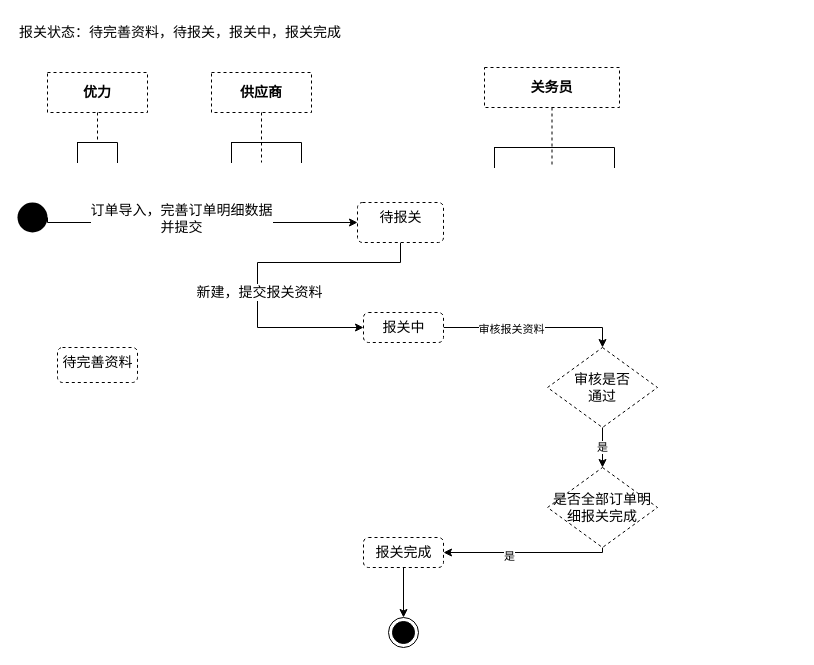
Above: page "订单报关状态图-简化" (3 of 8) of wbooking docs/进区预约系统.drawio in sxc-one/e-conitl (draw.io), before the change. Source tidied: cells renumbered, new cells numbered last; positions are measured from the earlier drawing's top-left corner, leaving out a move shared by most shapes. Both pictures are drawn from the tidied source at 100%, with x=0, y=0 at pixel (17, 17).
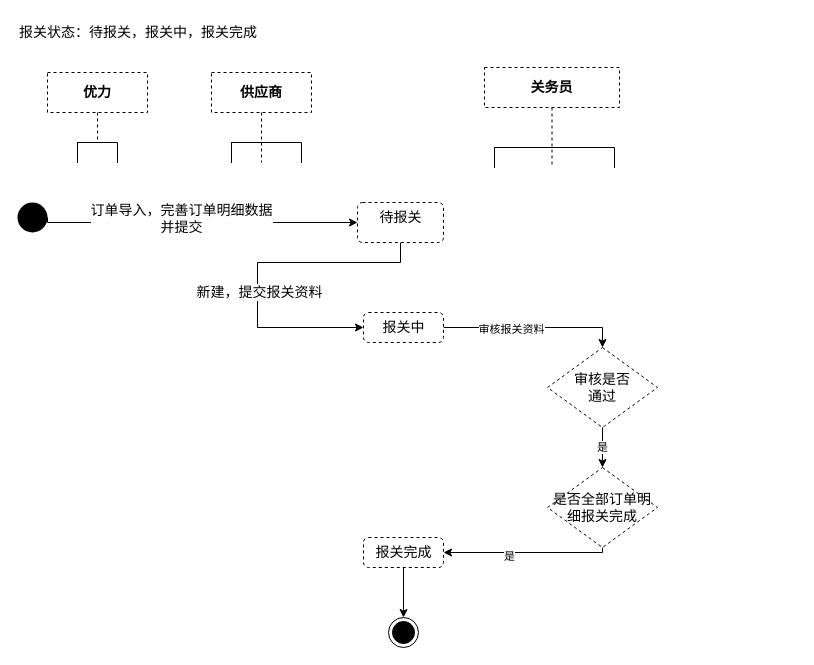
After the change.

The edit, as a diff of the source:
```diff
@@
-    <mxCell id="14" value="&lt;span style=&quot;color: rgb(0 , 0 , 0) ; font-family: &amp;#34;helvetica&amp;#34; ; font-size: 14px ; font-style: normal ; font-weight: 400 ; letter-spacing: normal ; text-align: center ; text-indent: 0px ; text-transform: none ; word-spacing: 0px ; background-color: rgb(255 , 255 , 255) ; display: inline ; float: none&quot;&gt;报关状态：待完善资料，待报关，报关&lt;/span&gt;&lt;span style=&quot;font-family: &amp;#34;helvetica&amp;#34; ; font-size: 14px ; text-align: center ; background-color: rgb(255 , 255 , 255)&quot;&gt;中，报关完成&lt;/span&gt;" style="text;whiteSpace=wrap;html=1;" parent="1" vertex="1">
+    <mxCell id="14" value="&lt;span style=&quot;color: rgb(0 , 0 , 0) ; font-family: &amp;#34;helvetica&amp;#34; ; font-size: 14px ; font-style: normal ; font-weight: 400 ; letter-spacing: normal ; text-align: center ; text-indent: 0px ; text-transform: none ; word-spacing: 0px ; background-color: rgb(255 , 255 , 255) ; display: inline ; float: none&quot;&gt;报关状态：待报关，报关&lt;/span&gt;&lt;span style=&quot;font-family: &amp;#34;helvetica&amp;#34; ; font-size: 14px ; text-align: center ; background-color: rgb(255 , 255 , 255)&quot;&gt;中，报关完成&lt;/span&gt;" style="text;whiteSpace=wrap;html=1;" parent="1" vertex="1">
       <mxGeometry width="780" height="30" as="geometry" />
     </mxCell>
@@
-    <mxCell id="26" value="待完善资料" style="html=1;align=center;verticalAlign=top;rounded=1;absoluteArcSize=1;arcSize=10;dashed=1;fontSize=14;" parent="1" vertex="1">
-      <mxGeometry x="40" y="330" width="80" height="35" as="geometry" />
-    </mxCell>
```
